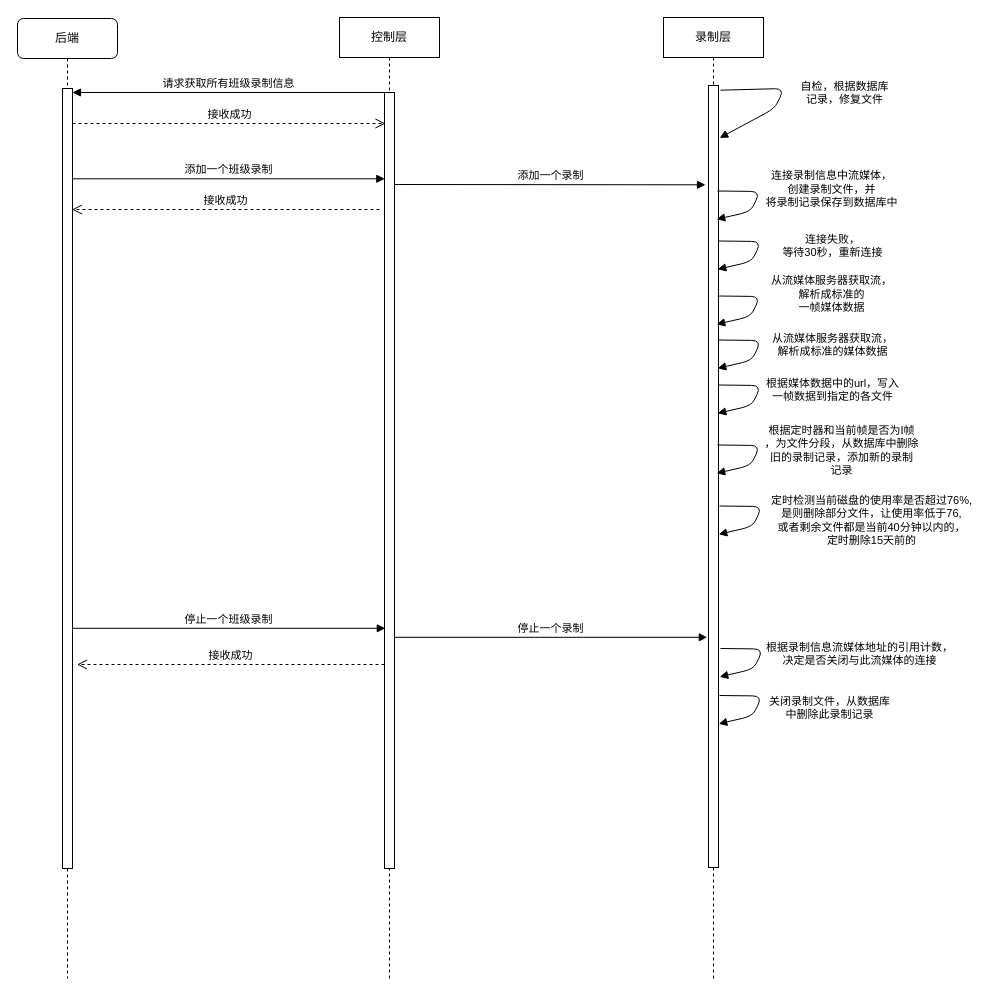
Earlier version of the draw.io diagram lookUpLessonSequenceDiagram.drawio (huangPeiLc/drawio). Source tidied: cells renumbered, new cells numbered last; positions are measured from the earlier drawing's top-left corner, leaving out a move shared by most shapes. Both pictures are drawn from the tidied source at 100%, with x=0, y=0 at pixel (17, 17).
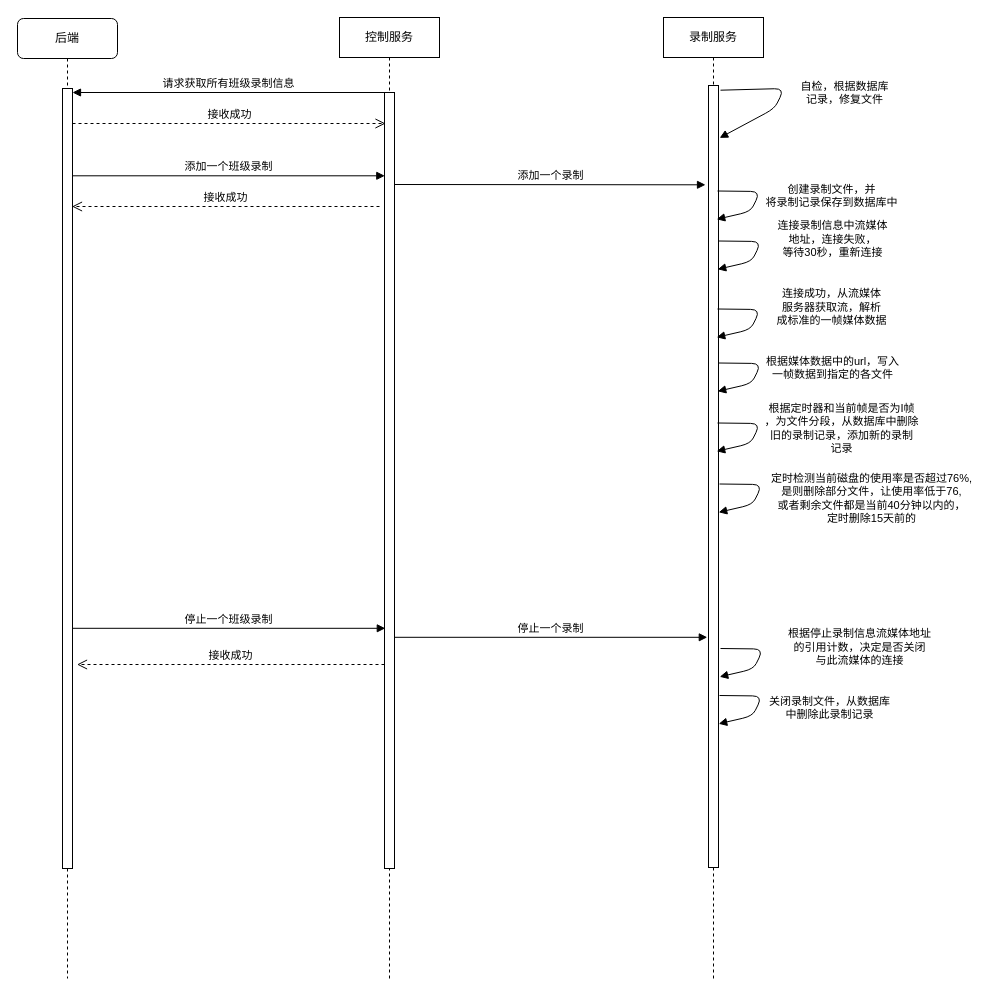
After the change.

What changed in the source:
```diff
@@
-    <mxCell id="2" value="控制层" style="shape=umlLifeline;perimeter=lifelinePerimeter;whiteSpace=wrap;html=1;" parent="1" vertex="1">
+    <mxCell id="2" value="控制服务" style="shape=umlLifeline;perimeter=lifelinePerimeter;whiteSpace=wrap;html=1;" parent="1" vertex="1">
       <mxGeometry x="322" width="100" height="961" as="geometry" />
     </mxCell>
@@
-    <mxCell id="6" value="录制层" style="shape=umlLifeline;perimeter=lifelinePerimeter;whiteSpace=wrap;html=1;" parent="1" vertex="1">
+    <mxCell id="6" value="录制服务" style="shape=umlLifeline;perimeter=lifelinePerimeter;whiteSpace=wrap;html=1;" parent="1" vertex="1">
       <mxGeometry x="646" width="100" height="961" as="geometry" />
     </mxCell>
@@
     <mxCell id="9" value="添加一个班级录制" style="html=1;verticalAlign=bottom;endArrow=block;entryX=0.033;entryY=0.078;entryDx=0;entryDy=0;entryPerimeter=0;" parent="1" edge="1">
       <mxGeometry relative="1" as="geometry">
-        <mxPoint x="54.5" y="161.3" as="sourcePoint" />
-        <mxPoint x="367.3" y="161.3" as="targetPoint" />
+        <mxPoint x="54.5" y="158.3" as="sourcePoint" />
+        <mxPoint x="367.3" y="158.3" as="targetPoint" />
       </mxGeometry>
     </mxCell>
@@
-    <mxCell id="13" value="&lt;div&gt;连接录制信息中流媒体，&lt;/div&gt;&lt;div&gt;&lt;div&gt;创建录制文件，并&lt;/div&gt;将录制记录保存到数据库中&lt;/div&gt;" style="html=1;verticalAlign=bottom;endArrow=block;entryX=1.117;entryY=0.067;entryDx=0;entryDy=0;entryPerimeter=0;exitX=1.2;exitY=0.006;exitDx=0;exitDy=0;exitPerimeter=0;" parent="1" edge="1">
+    <mxCell id="13" value="&lt;div&gt;创建录制文件，并&lt;/div&gt;&lt;div&gt;将录制记录保存到数据库中&lt;/div&gt;" style="html=1;verticalAlign=bottom;endArrow=block;entryX=1.117;entryY=0.067;entryDx=0;entryDy=0;entryPerimeter=0;exitX=1.2;exitY=0.006;exitDx=0;exitDy=0;exitPerimeter=0;" parent="1" edge="1">
       <mxGeometry x="-0.14" y="-74" relative="1" as="geometry">
         <mxPoint x="700" y="173.5" as="sourcePoint" />
         <mxPoint x="699.2" y="201.8" as="targetPoint" />
         <Array as="points">
           <mxPoint x="743" y="174" />
           <mxPoint x="733" y="194" />
         </Array>
         <mxPoint x="137" y="53" as="offset" />
       </mxGeometry>
     </mxCell>
-    <mxCell id="14" value="&lt;div&gt;连接失败，&lt;/div&gt;&lt;div&gt;等待30秒，重新连接&lt;/div&gt;" style="html=1;verticalAlign=bottom;endArrow=block;entryX=1.117;entryY=0.067;entryDx=0;entryDy=0;entryPerimeter=0;exitX=1.2;exitY=0.006;exitDx=0;exitDy=0;exitPerimeter=0;" parent="1" edge="1">
+    <mxCell id="14" value="&lt;div&gt;连接录制信息中流媒体&lt;/div&gt;&lt;div&gt;地址，连接失败，&lt;/div&gt;&lt;div&gt;等待30秒，重新连接&lt;/div&gt;" style="html=1;verticalAlign=bottom;endArrow=block;entryX=1.117;entryY=0.067;entryDx=0;entryDy=0;entryPerimeter=0;exitX=1.2;exitY=0.006;exitDx=0;exitDy=0;exitPerimeter=0;" parent="1" edge="1">
       <mxGeometry x="-0.14" y="-74" relative="1" as="geometry">
         <mxPoint x="701" y="223.5" as="sourcePoint" />
         <mxPoint x="700.2" y="251.8" as="targetPoint" />
         <Array as="points">
           <mxPoint x="744" y="224" />
           <mxPoint x="734" y="244" />
         </Array>
         <mxPoint x="137" y="53" as="offset" />
       </mxGeometry>
     </mxCell>
-    <mxCell id="15" value="&lt;div&gt;从流媒体服务器获取流，&lt;/div&gt;&lt;div&gt;解析成标准的&lt;/div&gt;&lt;div&gt;一帧媒体数据&lt;/div&gt;" style="html=1;verticalAlign=bottom;endArrow=block;entryX=1.117;entryY=0.067;entryDx=0;entryDy=0;entryPerimeter=0;exitX=1.2;exitY=0.006;exitDx=0;exitDy=0;exitPerimeter=0;" parent="1" edge="1">
+    <mxCell id="15" value="&lt;div&gt;连接成功，从流媒体&lt;/div&gt;&lt;div&gt;服务器获取流，解析&lt;/div&gt;&lt;div&gt;成标准的一帧媒体数据&lt;/div&gt;" style="html=1;verticalAlign=bottom;endArrow=block;entryX=1.117;entryY=0.067;entryDx=0;entryDy=0;entryPerimeter=0;exitX=1.2;exitY=0.006;exitDx=0;exitDy=0;exitPerimeter=0;" parent="1" edge="1">
       <mxGeometry x="-0.14" y="-74" relative="1" as="geometry">
-        <mxPoint x="700" y="278.5" as="sourcePoint" />
-        <mxPoint x="699.2" y="306.8" as="targetPoint" />
+        <mxPoint x="700" y="291.5" as="sourcePoint" />
+        <mxPoint x="699.2" y="319.8" as="targetPoint" />
         <Array as="points">
-          <mxPoint x="743" y="279" />
-          <mxPoint x="733" y="299" />
+          <mxPoint x="743" y="292" />
+          <mxPoint x="733" y="312" />
         </Array>
         <mxPoint x="137" y="53" as="offset" />
       </mxGeometry>
     </mxCell>
     <mxCell id="16" value="接收成功" style="html=1;verticalAlign=bottom;endArrow=open;dashed=1;endSize=8;" parent="1" edge="1">
       <mxGeometry relative="1" as="geometry">
-        <mxPoint x="362" y="192" as="sourcePoint" />
-        <mxPoint x="54.5" y="192" as="targetPoint" />
+        <mxPoint x="362" y="189" as="sourcePoint" />
+        <mxPoint x="54.5" y="189" as="targetPoint" />
       </mxGeometry>
     </mxCell>
-    <mxCell id="17" value="&lt;div&gt;从流媒体服务器获取流，&lt;/div&gt;&lt;div&gt;解析成标准的媒体数据&lt;/div&gt;" style="html=1;verticalAlign=bottom;endArrow=block;entryX=1.117;entryY=0.067;entryDx=0;entryDy=0;entryPerimeter=0;exitX=1.2;exitY=0.006;exitDx=0;exitDy=0;exitPerimeter=0;" parent="1" edge="1">
-      <mxGeometry x="-0.14" y="-74" relative="1" as="geometry">
-        <mxPoint x="701" y="322.5" as="sourcePoint" />
-        <mxPoint x="700.2" y="350.8" as="targetPoint" />
-        <Array as="points">
-          <mxPoint x="744" y="323" />
-          <mxPoint x="734" y="343" />
-        </Array>
-        <mxPoint x="137" y="53" as="offset" />
-      </mxGeometry>
-    </mxCell>
     <mxCell id="18" value="&lt;div&gt;根据媒体数据中的url，写入&lt;/div&gt;&lt;div&gt;一帧数据到指定的各文件&lt;br&gt;&lt;/div&gt;" style="html=1;verticalAlign=bottom;endArrow=block;entryX=1.117;entryY=0.067;entryDx=0;entryDy=0;entryPerimeter=0;exitX=1.2;exitY=0.006;exitDx=0;exitDy=0;exitPerimeter=0;" parent="1" edge="1">
       <mxGeometry x="-0.14" y="-74" relative="1" as="geometry">
-        <mxPoint x="701" y="367.5" as="sourcePoint" />
-        <mxPoint x="700.2" y="395.8" as="targetPoint" />
+        <mxPoint x="701" y="345.5" as="sourcePoint" />
+        <mxPoint x="700.2" y="373.8" as="targetPoint" />
         <Array as="points">
-          <mxPoint x="744" y="368" />
-          <mxPoint x="734" y="388" />
+          <mxPoint x="744" y="346" />
+          <mxPoint x="734" y="366" />
         </Array>
         <mxPoint x="137" y="53" as="offset" />
       </mxGeometry>
     </mxCell>
     <mxCell id="19" value="&lt;div&gt;根据定时器和当前帧是否为I帧&lt;/div&gt;&lt;div&gt;，为文件分段，从数据库中删除&lt;/div&gt;&lt;div&gt;旧的录制记录，添加新的录制&lt;/div&gt;&lt;div&gt;记录&lt;br&gt;&lt;/div&gt;" style="html=1;verticalAlign=bottom;endArrow=block;entryX=1.117;entryY=0.067;entryDx=0;entryDy=0;entryPerimeter=0;exitX=1.2;exitY=0.006;exitDx=0;exitDy=0;exitPerimeter=0;" parent="1" edge="1">
       <mxGeometry x="-0.14" y="-88" relative="1" as="geometry">
-        <mxPoint x="700" y="427.5" as="sourcePoint" />
-        <mxPoint x="699.2" y="455.8" as="targetPoint" />
+        <mxPoint x="700" y="405.5" as="sourcePoint" />
+        <mxPoint x="699.2" y="433.8" as="targetPoint" />
         <Array as="points">
-          <mxPoint x="743" y="428" />
-          <mxPoint x="733" y="448" />
+          <mxPoint x="743" y="406" />
+          <mxPoint x="733" y="426" />
         </Array>
         <mxPoint x="160" y="73" as="offset" />
       </mxGeometry>
     </mxCell>
     <mxCell id="20" value="&lt;div&gt;定时检测当前磁盘的使用率是否超过76%,&lt;/div&gt;&lt;div&gt;是则删除部分文件，让使用率低于76,&lt;/div&gt;&lt;div&gt;或者剩余文件都是当前40分钟以内的，&lt;/div&gt;&lt;div&gt;定时删除15天前的&lt;br&gt;&lt;/div&gt;" style="html=1;verticalAlign=bottom;endArrow=block;entryX=1.117;entryY=0.067;entryDx=0;entryDy=0;entryPerimeter=0;exitX=1.2;exitY=0.006;exitDx=0;exitDy=0;exitPerimeter=0;" parent="1" edge="1">
       <mxGeometry x="-0.14" y="-117" relative="1" as="geometry">
-        <mxPoint x="702" y="488.5" as="sourcePoint" />
-        <mxPoint x="701.2" y="516.8" as="targetPoint" />
+        <mxPoint x="702" y="466.5" as="sourcePoint" />
+        <mxPoint x="701.2" y="494.8" as="targetPoint" />
         <Array as="points">
-          <mxPoint x="745" y="489" />
-          <mxPoint x="735" y="509" />
+          <mxPoint x="745" y="467" />
+          <mxPoint x="735" y="487" />
         </Array>
         <mxPoint x="214" y="95" as="offset" />
       </mxGeometry>
     </mxCell>
@@
-    <mxCell id="24" value="&lt;div&gt;根据录制信息流媒体地址的引用计数，&lt;/div&gt;&lt;div&gt;决定是否关闭与此流媒体的连接&lt;br&gt;&lt;/div&gt;" style="html=1;verticalAlign=bottom;endArrow=block;entryX=1.117;entryY=0.067;entryDx=0;entryDy=0;entryPerimeter=0;exitX=1.2;exitY=0.006;exitDx=0;exitDy=0;exitPerimeter=0;" parent="1" edge="1">
+    <mxCell id="24" value="&lt;div&gt;根据停止录制信息流媒体地址&lt;/div&gt;&lt;div&gt;的引用计数，决定是否关闭&lt;/div&gt;&lt;div&gt;与此流媒体的连接&lt;br&gt;&lt;/div&gt;" style="html=1;verticalAlign=bottom;endArrow=block;entryX=1.117;entryY=0.067;entryDx=0;entryDy=0;entryPerimeter=0;exitX=1.2;exitY=0.006;exitDx=0;exitDy=0;exitPerimeter=0;" parent="1" edge="1">
       <mxGeometry x="-0.14" y="-98" relative="1" as="geometry">
         <mxPoint x="703" y="631" as="sourcePoint" />
         <mxPoint x="702.2" y="659.3" as="targetPoint" />
         <Array as="points">
           <mxPoint x="746" y="631.5" />
           <mxPoint x="736" y="651.5" />
         </Array>
         <mxPoint x="184" y="64" as="offset" />
       </mxGeometry>
     </mxCell>
```
